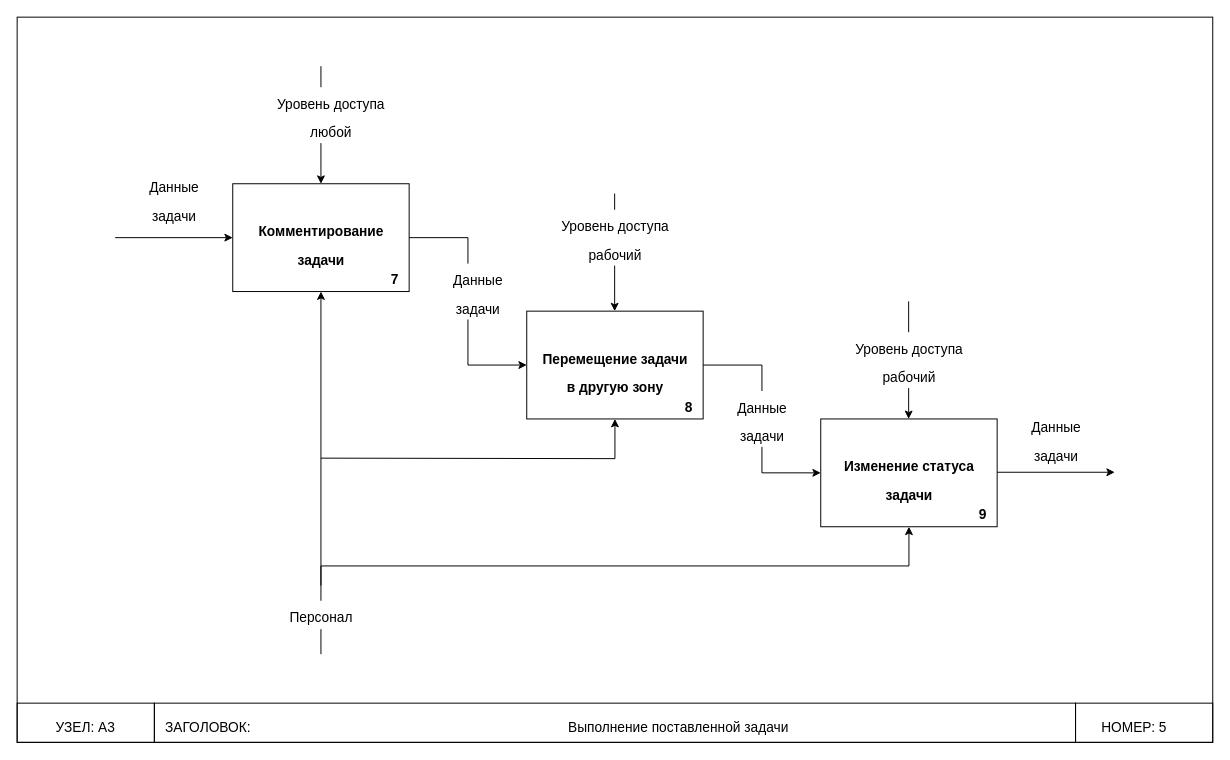
VladDemyanovNew/ISD_7sem keeps this draw.io diagram as page "Диаграмма второго уровня декомпозиции" (3 of 3) of Labs/Lab2/context.drawio. Above is the earlier version. Source tidied: cells renumbered, new cells numbered last; positions are measured from the earlier drawing's top-left corner, leaving out a move shared by most shapes. Both pictures are drawn from the tidied source at 98%, with x=0, y=0 at pixel (17, 17).
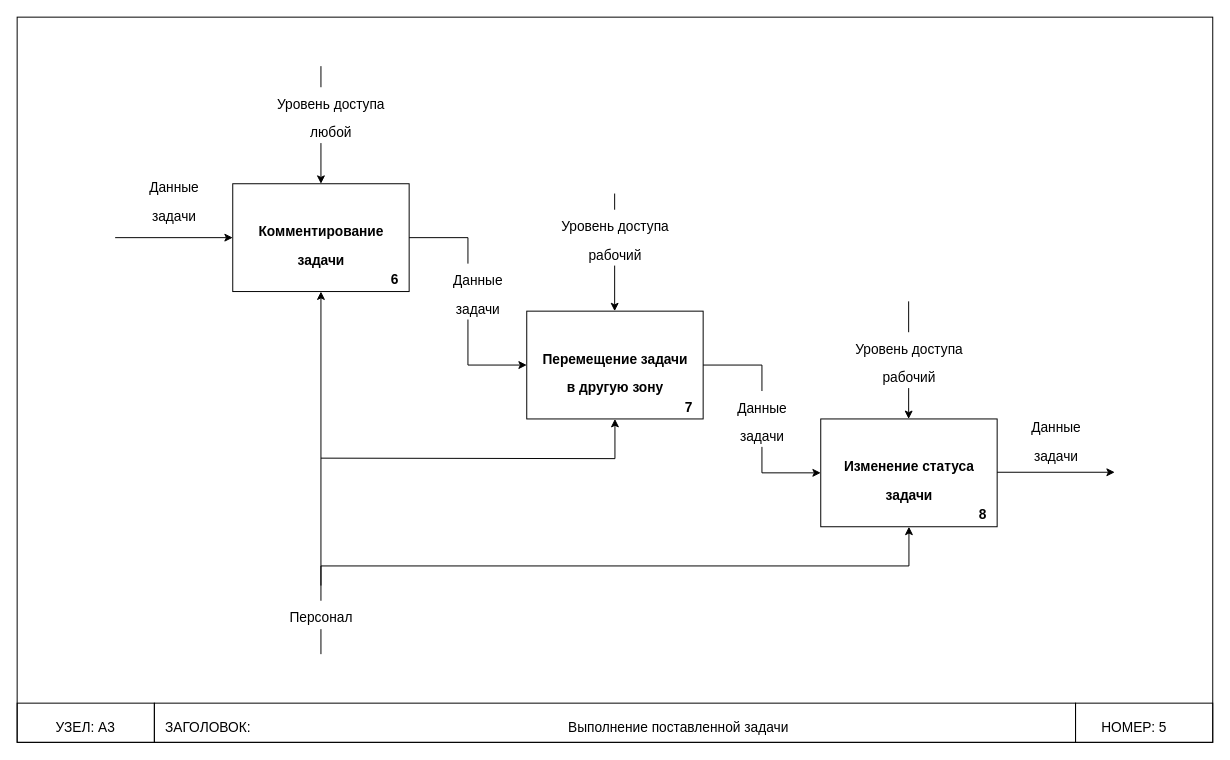
The same diagram, later.

Change to the diagram source:
```diff
@@
+    <mxCell id="29" style="rounded=0;whiteSpace=wrap;html=1;labelBackgroundColor=#FFFFFF;strokeWidth=1;fontSize=14;fillColor=none;" parent="1" vertex="1">
+      <mxGeometry width="1220" height="740" as="geometry" />
+    </mxCell>
@@
-    <mxCell id="4" value="&lt;span style=&quot;font-size: 14px;&quot;&gt;7&lt;/span&gt;" style="text;strokeColor=none;fillColor=none;html=1;fontSize=24;fontStyle=1;verticalAlign=middle;align=center;" parent="1" vertex="1">
+    <mxCell id="4" value="&lt;span style=&quot;font-size: 14px;&quot;&gt;6&lt;/span&gt;" style="text;strokeColor=none;fillColor=none;html=1;fontSize=24;fontStyle=1;verticalAlign=middle;align=center;" parent="1" vertex="1">
       <mxGeometry x="370" y="260" width="30" height="10" as="geometry" />
     </mxCell>
@@
-    <mxCell id="7" value="&lt;span style=&quot;font-size: 14px;&quot;&gt;8&lt;/span&gt;" style="text;strokeColor=none;fillColor=none;html=1;fontSize=24;fontStyle=1;verticalAlign=middle;align=center;" parent="1" vertex="1">
+    <mxCell id="7" value="&lt;span style=&quot;font-size: 14px;&quot;&gt;7&lt;/span&gt;" style="text;strokeColor=none;fillColor=none;html=1;fontSize=24;fontStyle=1;verticalAlign=middle;align=center;" parent="1" vertex="1">
       <mxGeometry x="670" y="390" width="30" height="10" as="geometry" />
     </mxCell>
@@
-    <mxCell id="10" value="&lt;span style=&quot;font-size: 14px;&quot;&gt;9&lt;/span&gt;" style="text;strokeColor=none;fillColor=none;html=1;fontSize=24;fontStyle=1;verticalAlign=middle;align=center;" parent="1" vertex="1">
+    <mxCell id="10" value="&lt;span style=&quot;font-size: 14px;&quot;&gt;8&lt;/span&gt;" style="text;strokeColor=none;fillColor=none;html=1;fontSize=24;fontStyle=1;verticalAlign=middle;align=center;" parent="1" vertex="1">
       <mxGeometry x="970" y="500" width="30" height="10" as="geometry" />
     </mxCell>
@@
-    <mxCell id="29" style="rounded=0;whiteSpace=wrap;html=1;labelBackgroundColor=#FFFFFF;strokeWidth=1;fontSize=14;fillColor=none;" parent="1" vertex="1">
-      <mxGeometry width="1220" height="740" as="geometry" />
-    </mxCell>
```
